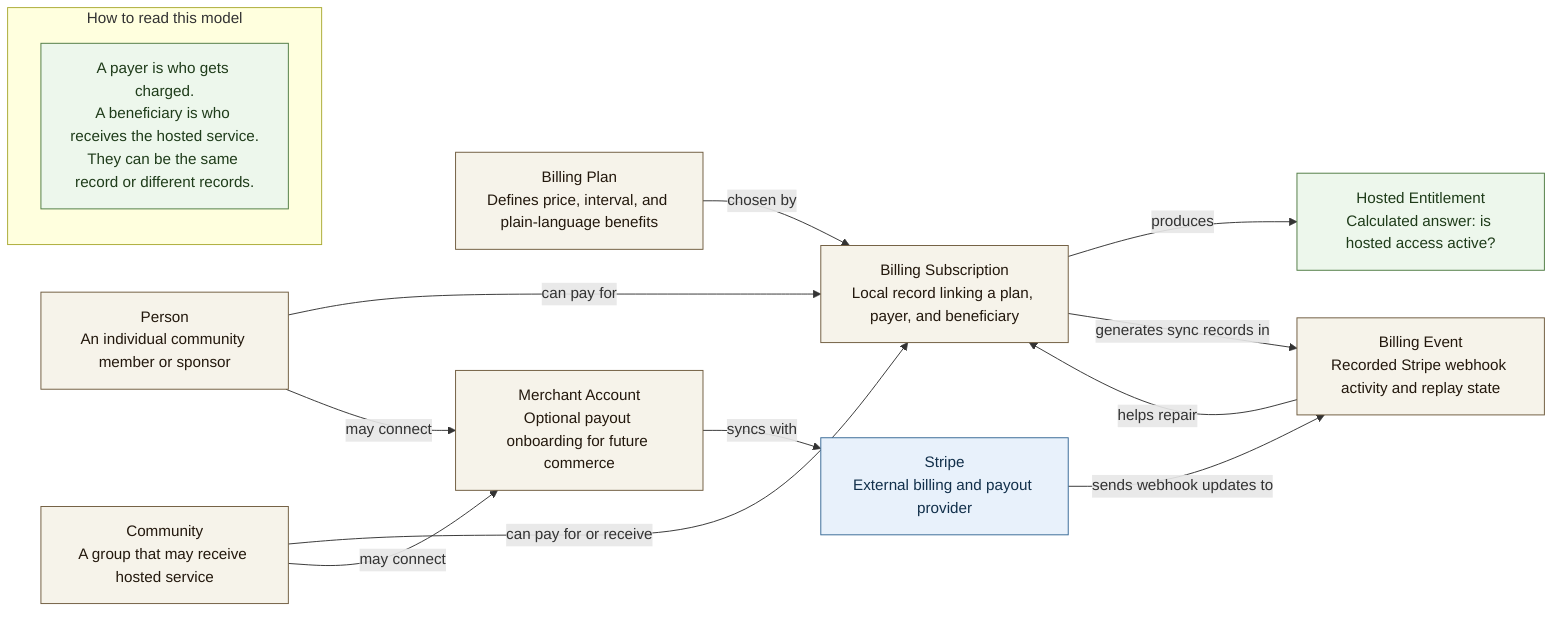
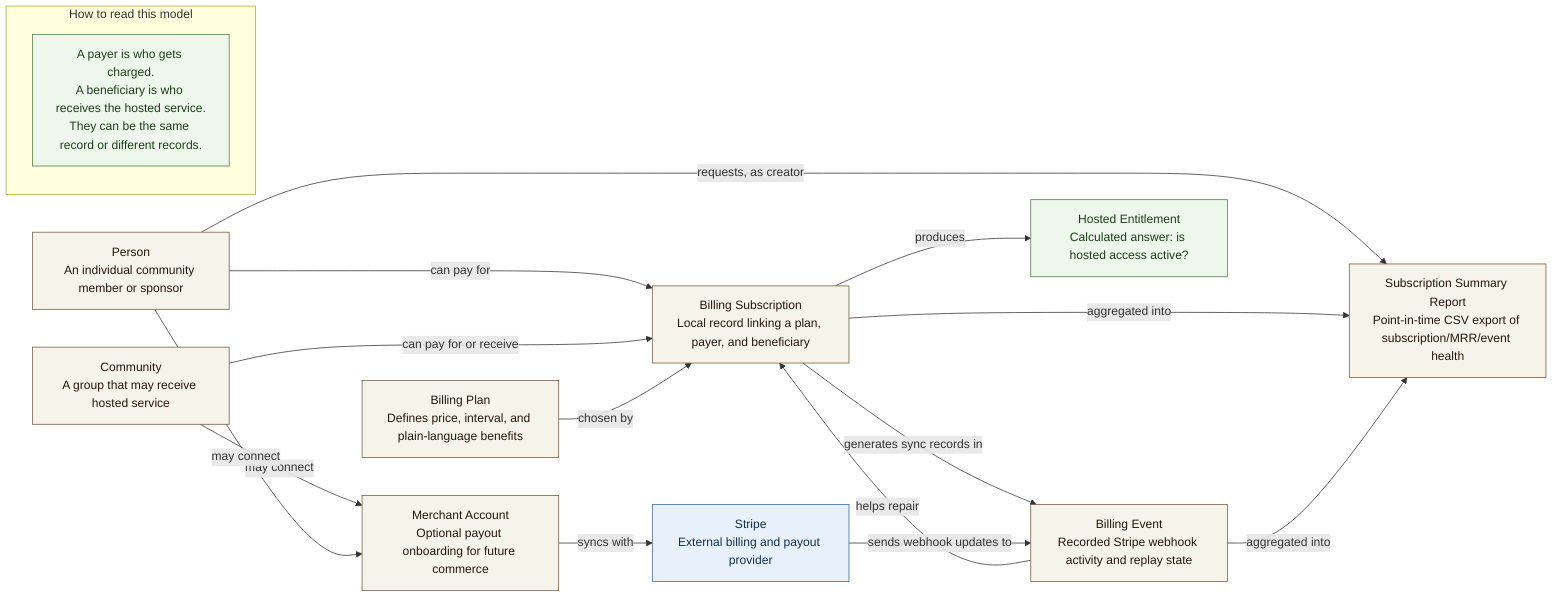
%% render.orientation: landscape
flowchart LR
  classDef record fill:#f6f3ea,stroke:#6f5b3e,color:#23180d,stroke-width:1px;
  classDef external fill:#e8f1fb,stroke:#376996,color:#12304b,stroke-width:1px;
  classDef outcome fill:#edf7ec,stroke:#4f7b43,color:#1f3c1a,stroke-width:1px;

  Person["Person<br/>An individual community member or sponsor"]:::record
  Community["Community<br/>A group that may receive hosted service"]:::record
  Plan["Billing Plan<br/>Defines price, interval, and plain-language benefits"]:::record
  Subscription["Billing Subscription<br/>Local record linking a plan, payer, and beneficiary"]:::record
  Merchant["Merchant Account<br/>Optional payout onboarding for future commerce"]:::record
  Event["Billing Event<br/>Recorded Stripe webhook activity and replay state"]:::record
+   Report["Subscription Summary Report<br/>Point-in-time CSV export of subscription/MRR/event health"]:::record
  Hosted["Hosted Entitlement<br/>Calculated answer: is hosted access active?"]:::outcome
  Stripe["Stripe<br/>External billing and payout provider"]:::external

  Person -->|can pay for| Subscription
  Community -->|can pay for or receive| Subscription
  Plan -->|chosen by| Subscription
  Subscription -->|produces| Hosted
  Subscription -->|generates sync records in| Event
  Stripe -->|sends webhook updates to| Event
  Community -->|may connect| Merchant
  Person -->|may connect| Merchant
  Merchant -->|syncs with| Stripe
  Event -->|helps repair| Subscription
+   Person -->|requests, as creator| Report
+   Subscription -->|aggregated into| Report
+   Event -->|aggregated into| Report

  subgraph PlainLanguage["How to read this model"]
    DirectionNote["A payer is who gets charged.<br/>A beneficiary is who receives the hosted service.<br/>They can be the same record or different records."]:::outcome
  end
